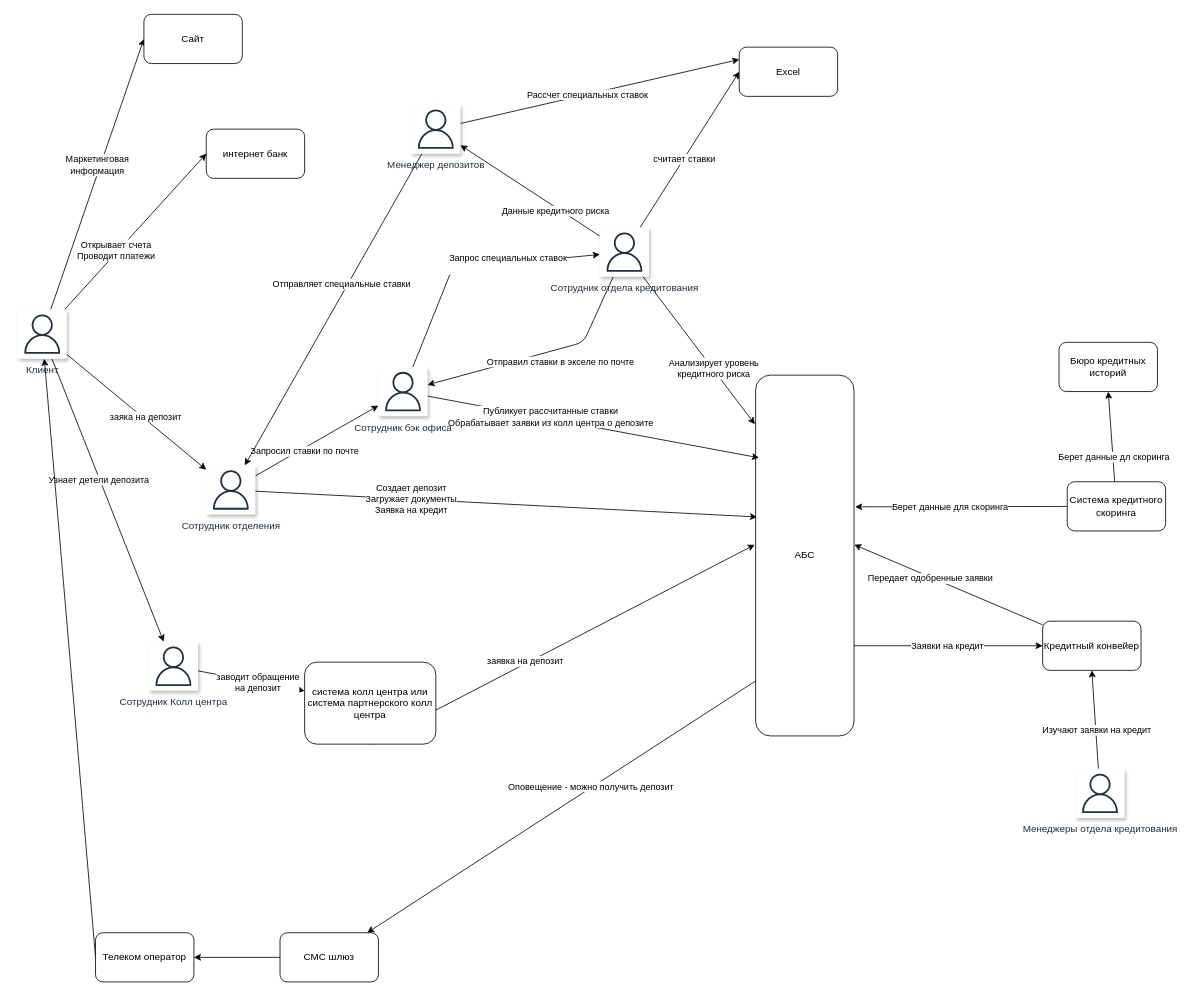
This is Task1/integration-schema.drawio from AdayevKP/architecture-pro-standart, a draw.io file, before an edit. Source tidied: cells renumbered, new cells numbered last; positions are measured from the earlier drawing's top-left corner, leaving out a move shared by most shapes. Both pictures are drawn from the tidied source at 82%, with x=0, y=0 at pixel (17, 14).
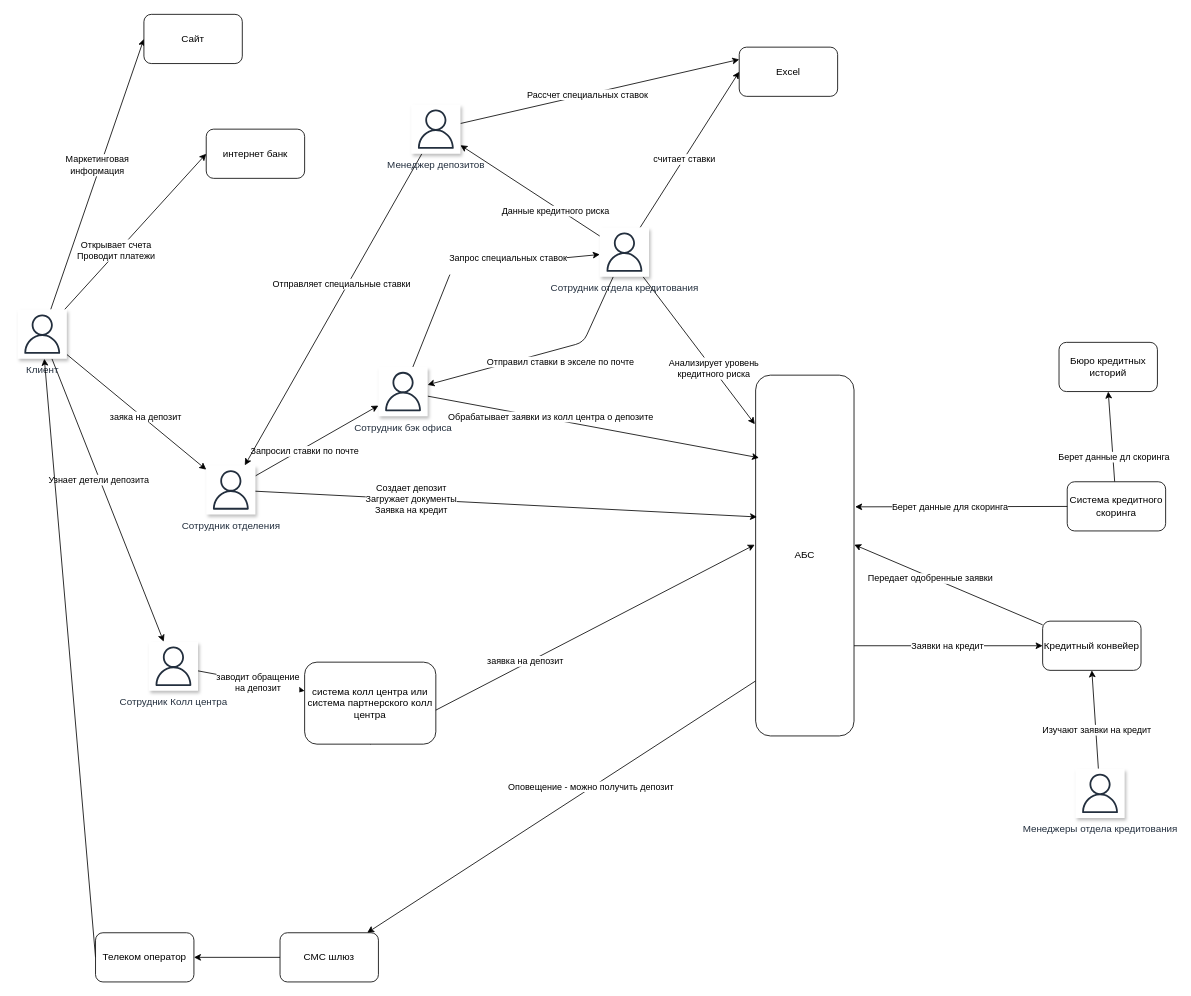
The same diagram, later.

Commit message:
update integration schema

The change refers to these unchanged cells:
```xml
<mxCell id="21" style="edgeStyle=none;html=1;entryX=0.034;entryY=0.229;entryDx=0;entryDy=0;entryPerimeter=0;" parent="1" edge="1" source="30" target="20">
  <mxGeometry relative="1" as="geometry" />
</mxCell>
```

What changed in the source:
```diff
@@
-    <mxCell id="22" value="Публикует рассчитанные ставки&lt;br&gt;&lt;span style=&quot;color: rgb(0, 0, 0);&quot;&gt;Обрабатывает заявки из колл центра о депозите&lt;/span&gt;" style="edgeLabel;html=1;align=center;verticalAlign=middle;" parent="21" vertex="1">
+    <mxCell id="22" value="&lt;span style=&quot;color: rgb(0, 0, 0);&quot;&gt;Обрабатывает заявки из колл центра о депозите&lt;/span&gt;" style="edgeLabel;html=1;align=center;verticalAlign=middle;" parent="21" vertex="1">
       <mxGeometry x="-0.26" y="3" relative="1" as="geometry" />
     </mxCell>
```
